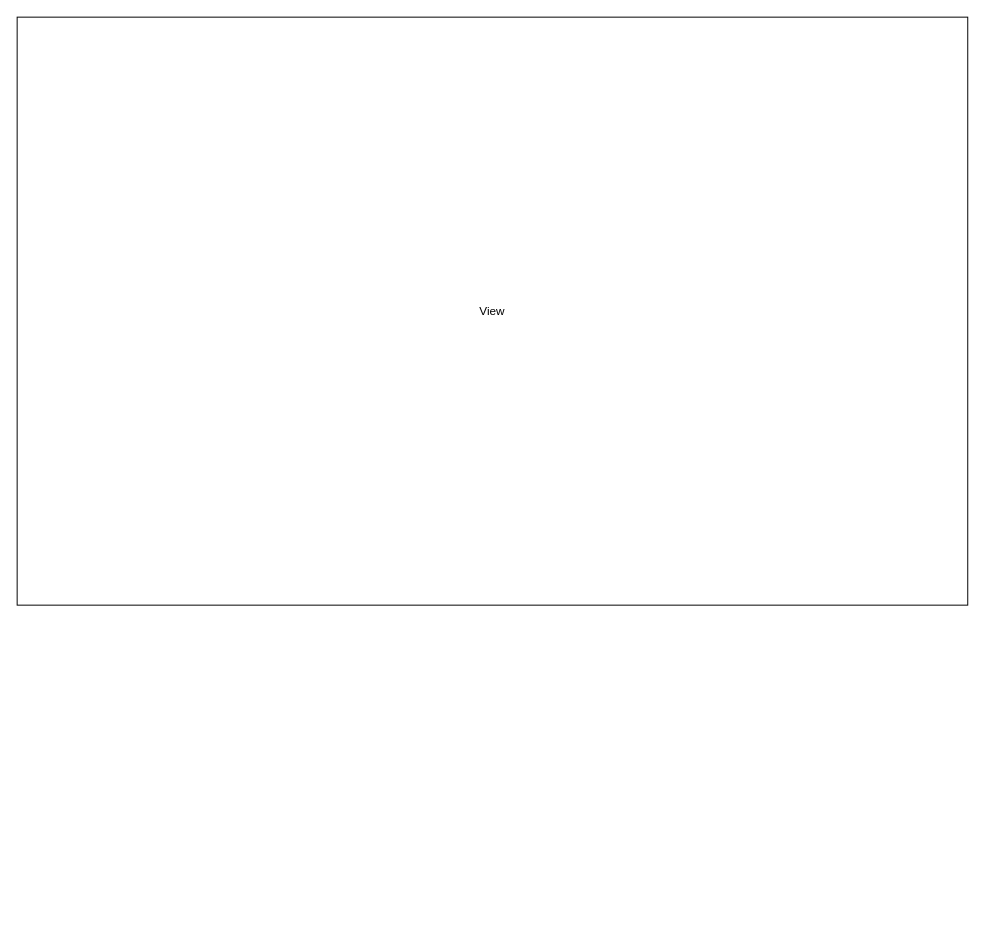
The draw.io diagram Untitled Diagram.drawio in JHKim8212/ERP_Design, before the edit. Source tidied: cells renumbered, new cells numbered last; positions are measured from the earlier drawing's top-left corner, leaving out a move shared by most shapes. Both pictures are drawn from the tidied source at 98%, with x=0, y=0 at pixel (17, 17).
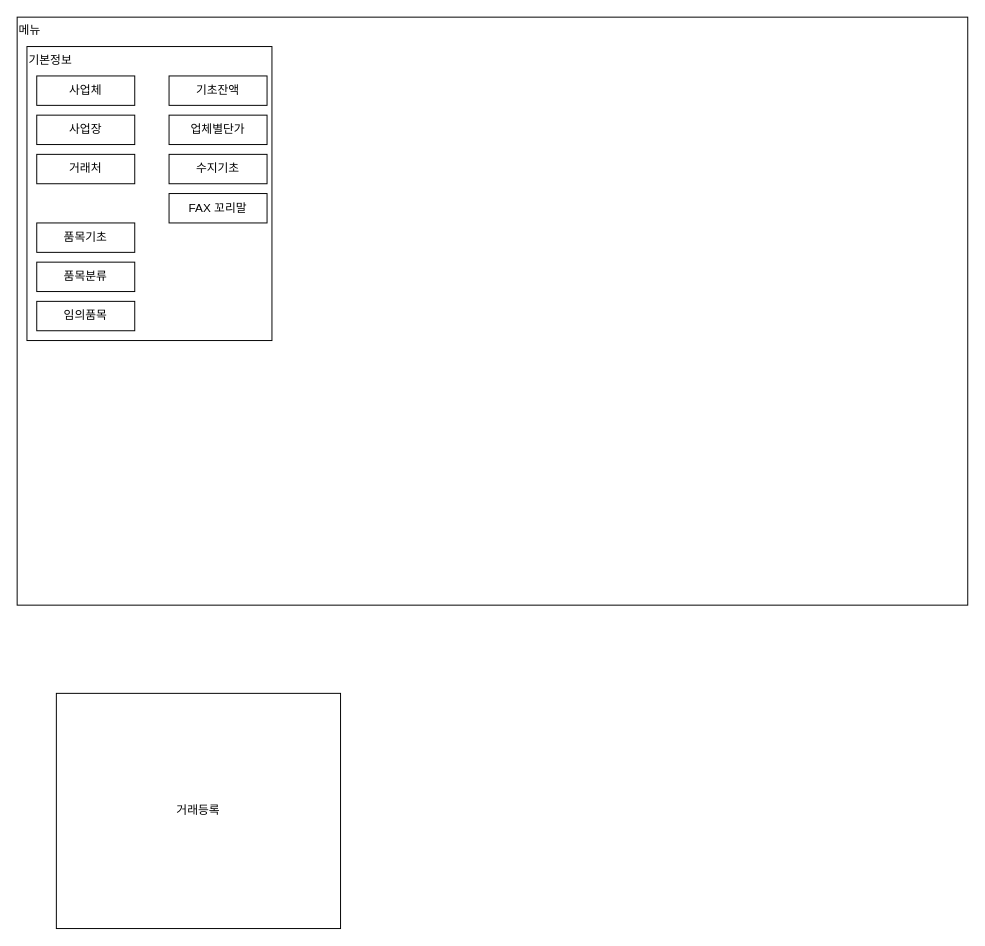
The same page after the edit.

Diff of the diagram source:
```diff
@@
 <mxGraphModel>
   <root>
     <mxCell id="0" />
     <mxCell id="1" parent="0" />
-    <mxCell id="2" value="View" style="rounded=0;whiteSpace=wrap;html=1;" parent="1" vertex="1">
+    <mxCell id="2" value="메뉴" style="rounded=0;whiteSpace=wrap;html=1;verticalAlign=top;align=left;" parent="1" vertex="1">
       <mxGeometry width="970" height="600" as="geometry" />
     </mxCell>
+    <mxCell id="3" style="group;" parent="1" vertex="1">
+      <mxGeometry x="10" y="30" width="250" height="300" as="geometry" />
+    </mxCell>
+    <mxCell id="4" value="기본정보" style="rounded=0;whiteSpace=wrap;html=1;verticalAlign=top;align=left;" parent="3" vertex="1">
+      <mxGeometry width="250" height="300" as="geometry" />
+    </mxCell>
+    <mxCell id="5" value="사업체" style="rounded=0;whiteSpace=wrap;html=1;" parent="3" vertex="1">
+      <mxGeometry x="10" y="30" width="100" height="30" as="geometry" />
+    </mxCell>
+    <mxCell id="6" value="기초잔액" style="rounded=0;whiteSpace=wrap;html=1;" parent="3" vertex="1">
+      <mxGeometry x="145" y="30" width="100" height="30" as="geometry" />
+    </mxCell>
+    <mxCell id="7" value="FAX 꼬리말" style="rounded=0;whiteSpace=wrap;html=1;" parent="3" vertex="1">
+      <mxGeometry x="145" y="150" width="100" height="30" as="geometry" />
+    </mxCell>
+    <mxCell id="8" value="수지기초" style="rounded=0;whiteSpace=wrap;html=1;" parent="3" vertex="1">
+      <mxGeometry x="145" y="110" width="100" height="30" as="geometry" />
+    </mxCell>
+    <mxCell id="9" value="품목기초" style="rounded=0;whiteSpace=wrap;html=1;" parent="3" vertex="1">
+      <mxGeometry x="10" y="180" width="100" height="30" as="geometry" />
+    </mxCell>
+    <mxCell id="10" value="사업장" style="rounded=0;whiteSpace=wrap;html=1;" parent="3" vertex="1">
+      <mxGeometry x="10" y="70" width="100" height="30" as="geometry" />
+    </mxCell>
+    <mxCell id="11" value="거래처" style="rounded=0;whiteSpace=wrap;html=1;" parent="3" vertex="1">
+      <mxGeometry x="10" y="110" width="100" height="30" as="geometry" />
+    </mxCell>
+    <mxCell id="12" value="품목분류" style="rounded=0;whiteSpace=wrap;html=1;" parent="3" vertex="1">
+      <mxGeometry x="10" y="220" width="100" height="30" as="geometry" />
+    </mxCell>
+    <mxCell id="13" value="업체별단가" style="rounded=0;whiteSpace=wrap;html=1;" parent="3" vertex="1">
+      <mxGeometry x="145" y="70" width="100" height="30" as="geometry" />
+    </mxCell>
+    <mxCell id="14" value="임의품목" style="rounded=0;whiteSpace=wrap;html=1;" parent="3" vertex="1">
+      <mxGeometry x="10" y="260" width="100" height="30" as="geometry" />
+    </mxCell>
+    <mxCell id="15" value="거래등록" style="rounded=0;whiteSpace=wrap;html=1;" parent="1" vertex="1">
+      <mxGeometry x="40" y="690" width="290" height="240" as="geometry" />
+    </mxCell>
   </root>
 </mxGraphModel>
```
